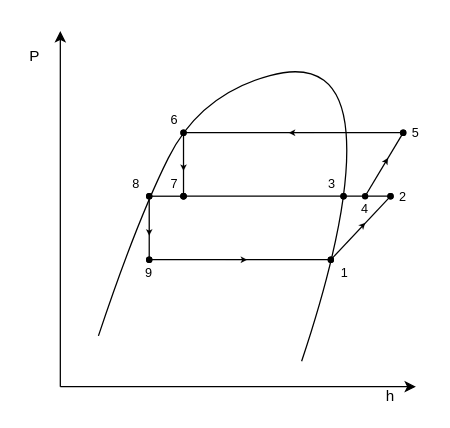
Before: Graphics/Flash_Tank_P-h_Diagram.drawio in kasperlaustsen/CA8_Writings, a draw.io diagram. Source tidied: cells renumbered, new cells numbered last; positions are measured from the earlier drawing's top-left corner, leaving out a move shared by most shapes. Both pictures are drawn from the tidied source at 127%, with x=0, y=0 at pixel (22, 30).
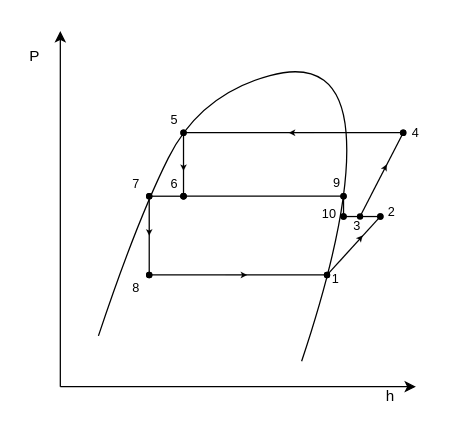
After the change.

Diff of the diagram source:
```diff
@@
     <mxCell id="10" style="endArrow=oval;html=1;rounded=0;curved=1;endFill=1;startArrow=oval;startFill=1;endSize=4;startSize=4;" parent="1" edge="1">
       <mxGeometry relative="1" as="geometry">
-        <mxPoint x="270" y="130" as="sourcePoint" />
+        <mxPoint x="266" y="146" as="sourcePoint" />
         <mxPoint x="300" y="80" as="targetPoint" />
       </mxGeometry>
     </mxCell>
@@
     <mxCell id="12" style="endArrow=oval;html=1;rounded=0;curved=1;endFill=1;startArrow=oval;startFill=1;endSize=4;startSize=4;" parent="1" edge="1">
       <mxGeometry relative="1" as="geometry">
         <mxPoint x="100" y="130" as="sourcePoint" />
-        <mxPoint x="100" y="180" as="targetPoint" />
+        <mxPoint x="100" y="192" as="targetPoint" />
       </mxGeometry>
     </mxCell>
     <mxCell id="13" style="endArrow=oval;html=1;rounded=0;curved=1;endFill=1;startArrow=oval;startFill=1;endSize=4;startSize=4;" parent="1" edge="1">
       <mxGeometry relative="1" as="geometry">
-        <mxPoint x="100" y="180" as="sourcePoint" />
-        <mxPoint x="243" y="180" as="targetPoint" />
+        <mxPoint x="100" y="192" as="sourcePoint" />
+        <mxPoint x="240" y="192" as="targetPoint" />
       </mxGeometry>
     </mxCell>
     <mxCell id="14" style="endArrow=oval;html=1;rounded=0;curved=1;endFill=1;startArrow=oval;startFill=1;endSize=4;startSize=4;" parent="1" edge="1">
       <mxGeometry relative="1" as="geometry">
-        <mxPoint x="290" y="130" as="sourcePoint" />
-        <mxPoint x="243" y="180" as="targetPoint" />
+        <mxPoint x="282" y="146" as="sourcePoint" />
+        <mxPoint x="240" y="192" as="targetPoint" />
       </mxGeometry>
     </mxCell>
     <mxCell id="15" style="endArrow=oval;html=1;rounded=0;curved=1;endFill=1;startArrow=oval;startFill=1;endSize=4;startSize=4;" parent="1" edge="1">
       <mxGeometry relative="1" as="geometry">
-        <mxPoint x="290" y="130" as="sourcePoint" />
-        <mxPoint x="253" y="130" as="targetPoint" />
+        <mxPoint x="282" y="146" as="sourcePoint" />
+        <mxPoint x="253" y="146" as="targetPoint" />
       </mxGeometry>
     </mxCell>
@@
     <mxCell id="20" style="endArrow=classic;html=1;rounded=0;endSize=5;strokeWidth=0;" parent="1" edge="1">
       <mxGeometry relative="1" as="geometry">
-        <mxPoint x="160" y="180" as="sourcePoint" />
-        <mxPoint x="177" y="180" as="targetPoint" />
+        <mxPoint x="160" y="192" as="sourcePoint" />
+        <mxPoint x="177" y="192" as="targetPoint" />
       </mxGeometry>
     </mxCell>
     <mxCell id="21" style="endArrow=classic;html=1;rounded=0;endSize=5;strokeWidth=0;" parent="1" edge="1">
       <mxGeometry relative="1" as="geometry">
-        <mxPoint x="255" y="167" as="sourcePoint" />
-        <mxPoint x="270" y="151" as="targetPoint" />
+        <mxPoint x="250" y="182" as="sourcePoint" />
+        <mxPoint x="268" y="161" as="targetPoint" />
       </mxGeometry>
     </mxCell>
     <mxCell id="22" style="endArrow=classic;html=1;rounded=0;endSize=5;strokeWidth=0;" parent="1" edge="1">
       <mxGeometry relative="1" as="geometry">
-        <mxPoint x="277" y="118" as="sourcePoint" />
-        <mxPoint x="288" y="100" as="targetPoint" />
+        <mxPoint x="275" y="128" as="sourcePoint" />
+        <mxPoint x="287" y="105" as="targetPoint" />
       </mxGeometry>
     </mxCell>
-    <mxCell id="23" value="&lt;font style=&quot;font-size: 10px&quot;&gt;9&lt;/font&gt;" style="text;html=1;strokeColor=none;fillColor=none;align=center;verticalAlign=middle;whiteSpace=wrap;rounded=0;" parent="1" vertex="1">
-      <mxGeometry x="90" y="180" width="20" height="20" as="geometry" />
+    <mxCell id="23" value="&lt;font style=&quot;font-size: 10px&quot;&gt;8&lt;/font&gt;" style="text;html=1;strokeColor=none;fillColor=none;align=center;verticalAlign=middle;whiteSpace=wrap;rounded=0;" parent="1" vertex="1">
+      <mxGeometry x="80" y="192" width="20" height="20" as="geometry" />
     </mxCell>
     <mxCell id="24" value="&lt;font style=&quot;font-size: 10px&quot;&gt;1&lt;/font&gt;" style="text;html=1;strokeColor=none;fillColor=none;align=center;verticalAlign=middle;whiteSpace=wrap;rounded=0;" parent="1" vertex="1">
-      <mxGeometry x="244" y="180" width="20" height="20" as="geometry" />
+      <mxGeometry x="237" y="185" width="20" height="20" as="geometry" />
     </mxCell>
-    <mxCell id="25" value="&lt;font style=&quot;font-size: 10px&quot;&gt;2&lt;/font&gt;" style="text;html=1;strokeColor=none;fillColor=none;align=center;verticalAlign=middle;whiteSpace=wrap;rounded=0;" parent="1" vertex="1">
-      <mxGeometry x="290" y="120" width="20" height="20" as="geometry" />
-    </mxCell>
-    <mxCell id="26" value="&lt;font style=&quot;font-size: 10px&quot;&gt;3&lt;/font&gt;" style="text;html=1;strokeColor=none;fillColor=none;align=center;verticalAlign=middle;whiteSpace=wrap;rounded=0;" parent="1" vertex="1">
-      <mxGeometry x="234" y="110" width="20" height="20" as="geometry" />
+    <mxCell id="26" value="&lt;font style=&quot;font-size: 10px&quot;&gt;9&lt;/font&gt;" style="text;html=1;strokeColor=none;fillColor=none;align=center;verticalAlign=middle;whiteSpace=wrap;rounded=0;" parent="1" vertex="1">
+      <mxGeometry x="238" y="109" width="20" height="20" as="geometry" />
     </mxCell>
-    <mxCell id="27" value="&lt;font style=&quot;font-size: 10px&quot;&gt;4&lt;/font&gt;" style="text;html=1;strokeColor=none;fillColor=none;align=center;verticalAlign=middle;whiteSpace=wrap;rounded=0;" parent="1" vertex="1">
-      <mxGeometry x="260" y="130" width="20" height="20" as="geometry" />
-    </mxCell>
-    <mxCell id="28" value="&lt;font style=&quot;font-size: 10px&quot;&gt;5&lt;/font&gt;" style="text;html=1;strokeColor=none;fillColor=none;align=center;verticalAlign=middle;whiteSpace=wrap;rounded=0;" parent="1" vertex="1">
+    <mxCell id="28" value="&lt;font style=&quot;font-size: 10px&quot;&gt;4&lt;/font&gt;" style="text;html=1;strokeColor=none;fillColor=none;align=center;verticalAlign=middle;whiteSpace=wrap;rounded=0;" parent="1" vertex="1">
       <mxGeometry x="300" y="70" width="20" height="20" as="geometry" />
     </mxCell>
-    <mxCell id="29" value="&lt;font style=&quot;font-size: 10px&quot;&gt;6&lt;/font&gt;" style="text;html=1;strokeColor=none;fillColor=none;align=center;verticalAlign=middle;whiteSpace=wrap;rounded=0;" parent="1" vertex="1">
+    <mxCell id="29" value="&lt;font style=&quot;font-size: 10px&quot;&gt;5&lt;/font&gt;" style="text;html=1;strokeColor=none;fillColor=none;align=center;verticalAlign=middle;whiteSpace=wrap;rounded=0;" parent="1" vertex="1">
       <mxGeometry x="110" y="60" width="20" height="20" as="geometry" />
     </mxCell>
-    <mxCell id="30" value="&lt;font style=&quot;font-size: 10px&quot;&gt;7&lt;/font&gt;" style="text;html=1;strokeColor=none;fillColor=none;align=center;verticalAlign=middle;whiteSpace=wrap;rounded=0;" parent="1" vertex="1">
+    <mxCell id="30" value="&lt;font style=&quot;font-size: 10px&quot;&gt;6&lt;/font&gt;" style="text;html=1;strokeColor=none;fillColor=none;align=center;verticalAlign=middle;whiteSpace=wrap;rounded=0;" parent="1" vertex="1">
       <mxGeometry x="110" y="110" width="20" height="20" as="geometry" />
     </mxCell>
-    <mxCell id="31" value="&lt;font style=&quot;font-size: 10px&quot;&gt;8&lt;/font&gt;" style="text;html=1;strokeColor=none;fillColor=none;align=center;verticalAlign=middle;whiteSpace=wrap;rounded=0;" parent="1" vertex="1">
+    <mxCell id="31" value="&lt;font style=&quot;font-size: 10px&quot;&gt;7&lt;/font&gt;" style="text;html=1;strokeColor=none;fillColor=none;align=center;verticalAlign=middle;whiteSpace=wrap;rounded=0;" parent="1" vertex="1">
       <mxGeometry x="80" y="110" width="20" height="20" as="geometry" />
     </mxCell>
+    <mxCell id="32" style="endArrow=oval;html=1;rounded=0;curved=1;endFill=1;startArrow=oval;startFill=1;endSize=4;startSize=4;" parent="1" edge="1">
+      <mxGeometry relative="1" as="geometry">
+        <mxPoint x="253" y="146" as="sourcePoint" />
+        <mxPoint x="253" y="130" as="targetPoint" />
+      </mxGeometry>
+    </mxCell>
+    <mxCell id="25" value="&lt;font style=&quot;font-size: 10px&quot;&gt;2&lt;/font&gt;" style="text;html=1;strokeColor=none;fillColor=none;align=center;verticalAlign=middle;whiteSpace=wrap;rounded=0;" parent="1" vertex="1">
+      <mxGeometry x="281" y="132" width="20" height="20" as="geometry" />
+    </mxCell>
+    <mxCell id="33" value="&lt;font style=&quot;font-size: 10px&quot;&gt;3&lt;/font&gt;" style="text;html=1;strokeColor=none;fillColor=none;align=center;verticalAlign=middle;whiteSpace=wrap;rounded=0;" parent="1" vertex="1">
+      <mxGeometry x="254" y="143" width="20" height="20" as="geometry" />
+    </mxCell>
+    <mxCell id="34" value="&lt;font style=&quot;font-size: 10px&quot;&gt;10&lt;/font&gt;" style="text;html=1;strokeColor=none;fillColor=none;align=center;verticalAlign=middle;whiteSpace=wrap;rounded=0;" parent="1" vertex="1">
+      <mxGeometry x="232" y="134" width="20" height="20" as="geometry" />
+    </mxCell>
```
